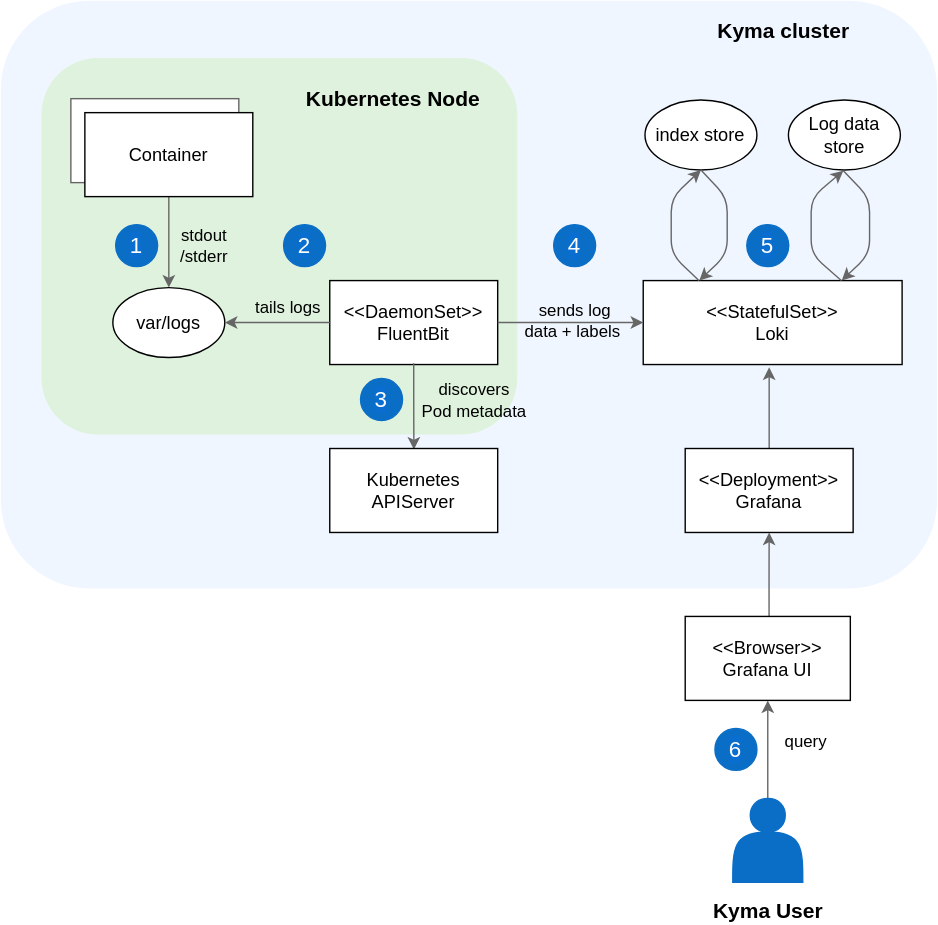
Earlier version of the draw.io export docs/05-technical-reference/03-architecture/assets/obsv-logging-architecture.svg (kyma-project/kyma). Source tidied: cells renumbered, new cells last; positions are measured from the earlier drawing's top-left corner, leaving out a move shared by most shapes.
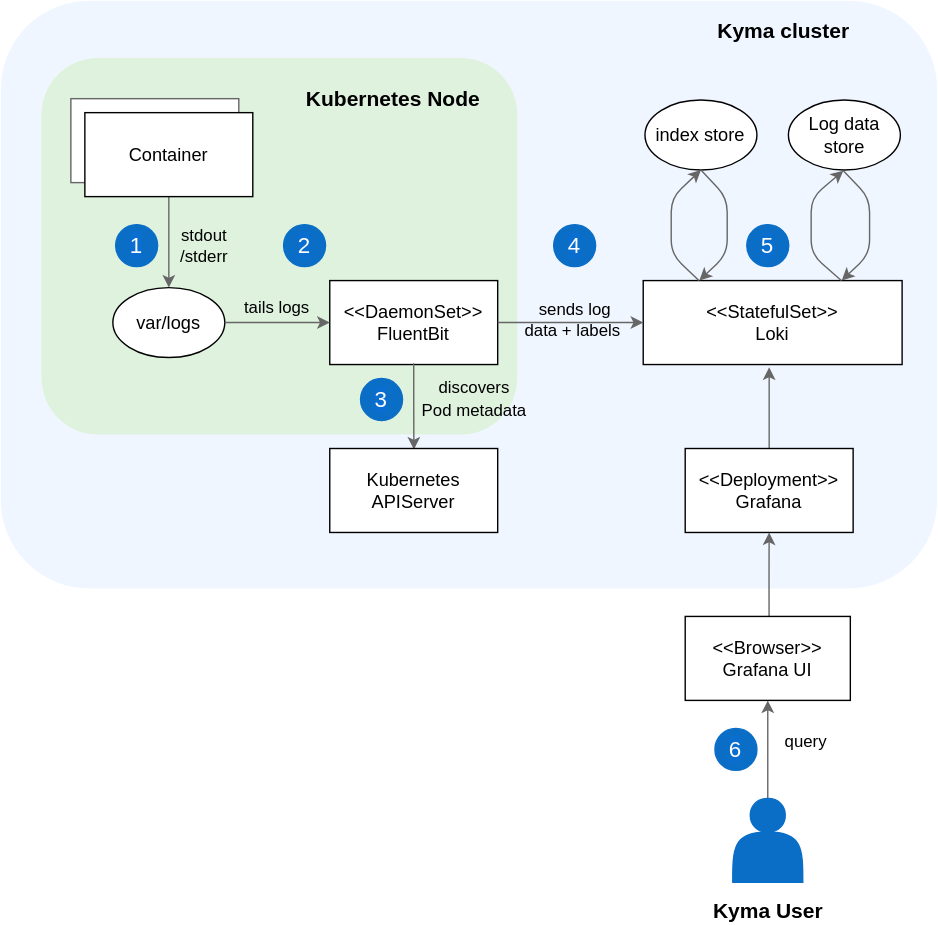
The same file after the commit.

Commit message:
change direction of tails logs arrow

The edit, as a diff of the source:
```diff
@@ -51,11 +51,8 @@
     <mxCell id="16" value="&lt;font style=&quot;font-size: 16px&quot;&gt;3&lt;/font&gt;" style="ellipse;whiteSpace=wrap;html=1;labelBackgroundColor=#0A6ED1;fontColor=#FFFFFF;fillColor=#0A6EC7;strokeColor=#0A6EC7;" parent="1" vertex="1">
       <mxGeometry x="257" y="270" width="30" height="30" as="geometry" />
     </mxCell>
-    <mxCell id="17" style="edgeStyle=orthogonalEdgeStyle;rounded=1;jettySize=auto;html=1;startArrow=none;startFill=0;endArrow=classic;endFill=1;strokeColor=#666666;exitX=0;exitY=0.5;exitDx=0;exitDy=0;entryX=1;entryY=0.5;entryDx=0;entryDy=0;" parent="1" edge="1" source="10" target="8">
-      <mxGeometry relative="1" as="geometry" />
-    </mxCell>
     <mxCell id="18" value="tails logs" style="text;html=1;align=center;verticalAlign=middle;" parent="1" vertex="1">
-      <mxGeometry x="175" y="210" width="60" height="20" as="geometry" />
+      <mxGeometry x="167" y="210" width="60" height="20" as="geometry" />
     </mxCell>
     <mxCell id="19" value="&amp;lt;&amp;lt;StatefulSet&amp;gt;&amp;gt;&lt;br style=&quot;font-size: 13px&quot;&gt;Loki" style="rounded=0;whiteSpace=wrap;html=1;fontSize=13;" parent="1" vertex="1">
       <mxGeometry x="459" y="200" width="185" height="60" as="geometry" />
@@ -132,7 +129,7 @@
       <mxGeometry x="503" y="640" width="90" height="20" as="geometry" />
     </mxCell>
     <mxCell id="35" value="sends log &lt;br&gt;data + labels&amp;nbsp;" style="text;html=1;align=center;verticalAlign=middle;strokeColor=none;" parent="1" vertex="1">
-      <mxGeometry x="365" y="214" width="90" height="30" as="geometry" />
+      <mxGeometry x="365" y="213" width="90" height="30" as="geometry" />
     </mxCell>
     <mxCell id="36" value="&lt;font style=&quot;font-size: 16px&quot;&gt;6&lt;/font&gt;" style="ellipse;whiteSpace=wrap;html=1;labelBackgroundColor=#0A6ED1;fontColor=#FFFFFF;fillColor=#0A6EC7;strokeColor=#0A6EC7;" parent="1" vertex="1">
       <mxGeometry x="510.2" y="520" width="30" height="30" as="geometry" />
@@ -149,5 +146,8 @@
     <mxCell id="40" style="edgeStyle=orthogonalEdgeStyle;rounded=1;jettySize=auto;html=1;startArrow=none;startFill=0;endArrow=classic;endFill=1;strokeColor=#666666;exitX=1;exitY=0.5;exitDx=0;exitDy=0;entryX=0;entryY=0.5;entryDx=0;entryDy=0;" parent="1" edge="1" source="10" target="19">
       <mxGeometry relative="1" as="geometry" />
     </mxCell>
+    <mxCell id="41" style="edgeStyle=orthogonalEdgeStyle;rounded=1;jettySize=auto;html=1;startArrow=none;startFill=0;endArrow=classic;endFill=1;strokeColor=#666666;exitX=1;exitY=0.5;exitDx=0;exitDy=0;entryX=0;entryY=0.5;entryDx=0;entryDy=0;" parent="1" edge="1" source="8" target="10">
+      <mxGeometry relative="1" as="geometry" />
+    </mxCell>
   </root>
 </mxGraphModel>
```
